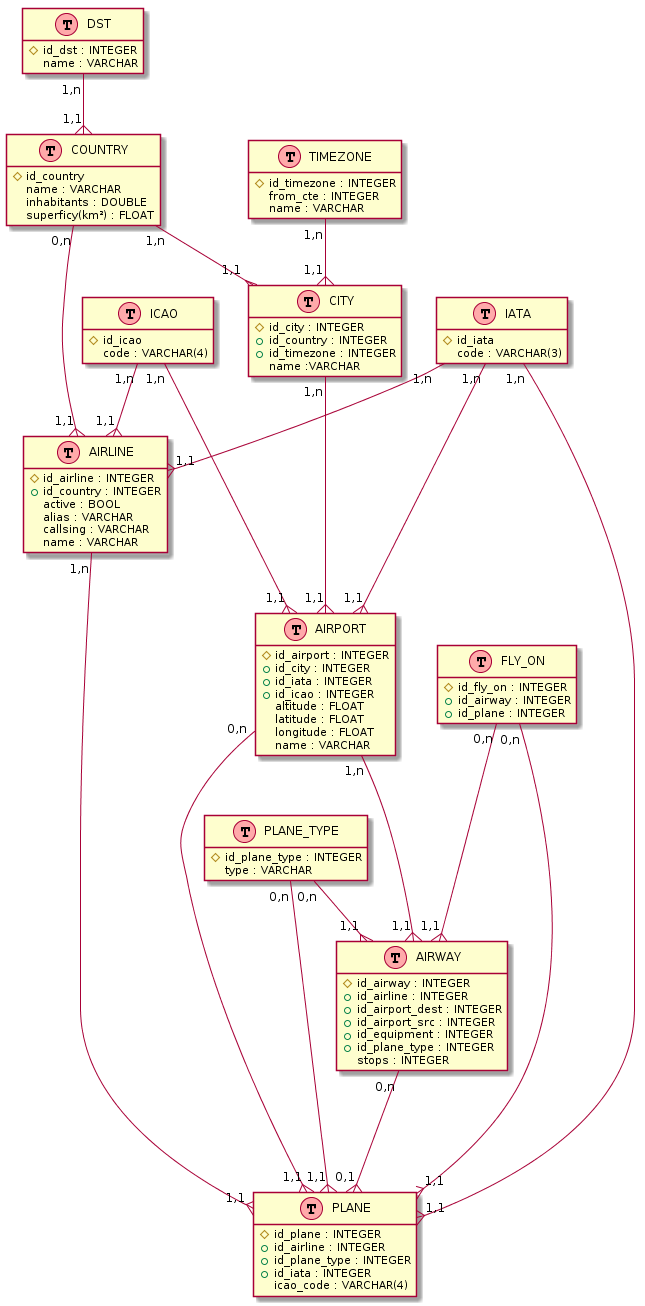
Before: resources/database_modelisation/plantuml.png, a diagram exported from PlantUML (pBouillon/OpenFlightStatisticsAggregator).
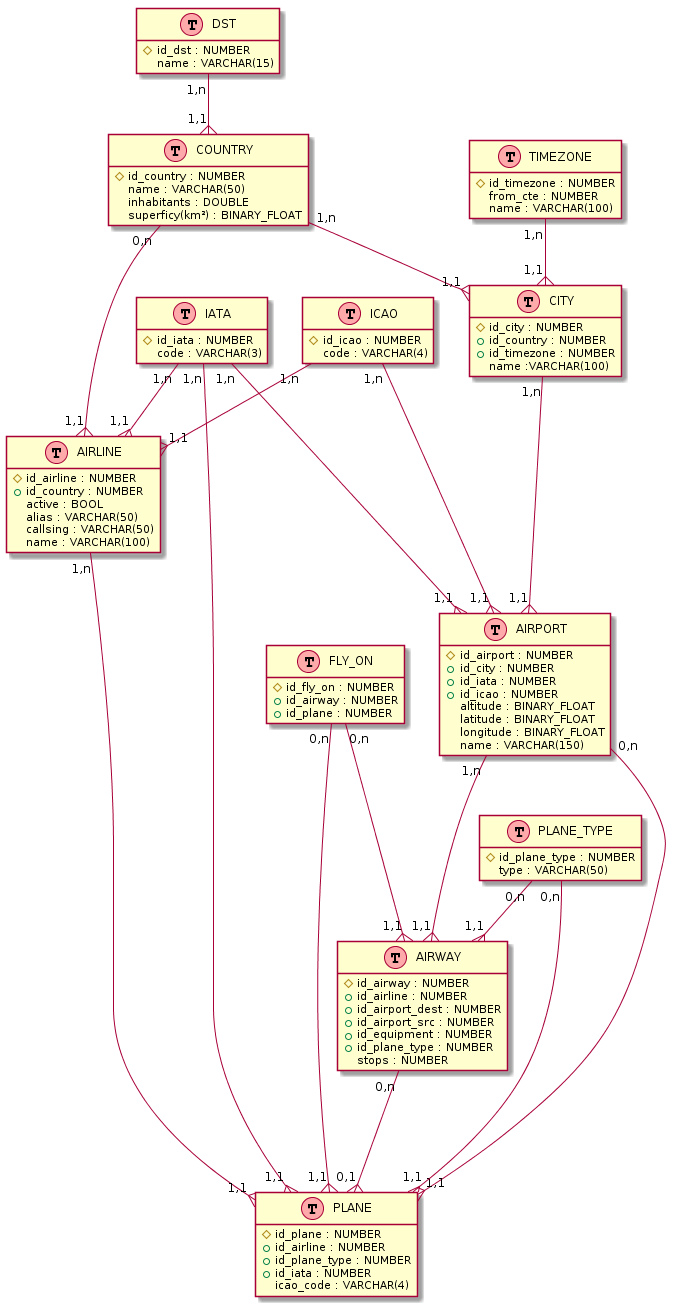
Later version of the same file.

Commit message:
fix the types of datas

Diff of the diagram source:
```diff
@@ -1,96 +1,118 @@
 @startuml
+
 hide methods
 hide stereotypes
 
+class COUNTRY << (T,#FFAAAA) >> {
+    #id_country : NUMBER
+    {field} name : VARCHAR(50)
+    inhabitants : DOUBLE
+    {field} superficy(km²) : BINARY_FLOAT
+}
+
+class DST << (T,#FFAAAA) >> {
+    #id_dst : NUMBER
+    {field} name : VARCHAR(15)
+}
+
+class IATA << (T,#FFAAAA) >> {
+    #id_iata : NUMBER
+    {field} code : VARCHAR(3)
+}
+
+class ICAO << (T,#FFAAAA) >> {
+    #id_icao : NUMBER
+    {field} code : VARCHAR(4)
+}
+
+class PLANE_TYPE << (T,#FFAAAA) >> {
+    #id_plane_type : NUMBER
+    {field} type : VARCHAR(50)
+}
+
+class TIMEZONE << (T,#FFAAAA) >> {
+    #id_timezone : NUMBER
+    from_cte : NUMBER
+    {field} name : VARCHAR(100)
+}
+
 class AIRLINE << (T,#FFAAAA) >> {
-#id_airline : INTEGER
-+id_country : INTEGER
-active : BOOL
-alias : VARCHAR
-callsing : VARCHAR
-name : VARCHAR
+    #id_airline : NUMBER
+    +id_country : NUMBER
+    active : BOOL
+    {field} alias : VARCHAR(50)
+    {field} callsing : VARCHAR(50)
+    {field} name : VARCHAR(100)
 }
+
+class CITY << (T,#FFAAAA) >> {
+    #id_city : NUMBER
+    +id_country : NUMBER
+    +id_timezone : NUMBER
+    {field} name :VARCHAR(100)
+}
+
+class FLY_ON << (T,#FFAAAA) >> {
+    #id_fly_on : NUMBER
+    +id_airway : NUMBER
+    +id_plane : NUMBER
+}
+
 class AIRPORT << (T,#FFAAAA) >> {
-#id_airport : INTEGER
-+id_city : INTEGER
-+id_iata : INTEGER
-+id_icao : INTEGER
-altitude : FLOAT
-latitude : FLOAT
-longitude : FLOAT
-name : VARCHAR
+    #id_airport : NUMBER
+    +id_city : NUMBER
+    +id_iata : NUMBER
+    +id_icao : NUMBER
+    altitude : BINARY_FLOAT
+    latitude : BINARY_FLOAT
+    longitude : BINARY_FLOAT
+    {field} name : VARCHAR(150)
 }
+
+class PLANE << (T,#FFAAAA) >> {
+    #id_plane : NUMBER
+    +id_airline : NUMBER
+    +id_plane_type : NUMBER
+    +id_iata : NUMBER
+    {field} icao_code : VARCHAR(4)
+}
+
 class AIRWAY << (T,#FFAAAA) >> {
-#id_airway : INTEGER
-+id_airline : INTEGER
-+id_airport_dest : INTEGER
-+id_airport_src : INTEGER
-+id_equipment : INTEGER
-+id_plane_type : INTEGER
-stops : INTEGER
-}
-class CITY << (T,#FFAAAA) >> {
-#id_city : INTEGER
-+id_country : INTEGER
-+id_timezone : INTEGER
-name :VARCHAR
-}
-class COUNTRY << (T,#FFAAAA) >> {
-#id_country
-name : VARCHAR
-inhabitants : DOUBLE
-{field} superficy(km²) : FLOAT
-}
-class DST << (T,#FFAAAA) >> {
-#id_dst : INTEGER
-name : VARCHAR
-}
-class FLY_ON << (T,#FFAAAA) >> {
-#id_fly_on : INTEGER
-+id_airway : INTEGER
-+id_plane : INTEGER
-}
-class IATA << (T,#FFAAAA) >> {
-#id_iata
-{field} code : VARCHAR(3)
-}
-class ICAO << (T,#FFAAAA) >> {
-#id_icao
-{field} code : VARCHAR(4)
-}
-class PLANE << (T,#FFAAAA) >> {
-#id_plane : INTEGER
-+id_airline : INTEGER
-+id_plane_type : INTEGER
-+id_iata : INTEGER
-{field} icao_code : VARCHAR(4)
-}
-class PLANE_TYPE << (T,#FFAAAA) >> {
-#id_plane_type : INTEGER
-type : VARCHAR
-}
-class TIMEZONE << (T,#FFAAAA) >> {
-#id_timezone : INTEGER
-from_cte : INTEGER
-name : VARCHAR
+    #id_airway : NUMBER
+    +id_airline : NUMBER
+    +id_airport_dest : NUMBER
+    +id_airport_src : NUMBER
+    +id_equipment : NUMBER
+    +id_plane_type : NUMBER
+    stops : NUMBER
 }
 
 AIRLINE "1,n" -{ "1,1" PLANE
+
 AIRPORT "1,n" ---{ "1,1" AIRWAY
 AIRPORT "0,n" ---{ "1,1" PLANE
+
 AIRWAY "0,n" ---{ "0,1" PLANE
+
 CITY "1,n" ---{ "1,1" AIRPORT
+
 COUNTRY "0,n" ---{ "1,1" AIRLINE
 COUNTRY "1,n" --{ "1,1" CITY
+
 DST "1,n" --{ "1,1" COUNTRY
+
 FLY_ON "0,n" ---{ "1,1" AIRWAY
 FLY_ON "0,n" ---{ "1,1" PLANE
+
 IATA "1,n" --{ "1,1" AIRLINE
 IATA "1,n" ---{ "1,1" AIRPORT
-IATA "1,n" ---{ "1,1" PLANE
+IATA "1,n" --{ "1,1" PLANE
+
 ICAO "1,n" --{ "1,1" AIRLINE
 ICAO "1,n" --{ "1,1" AIRPORT
+
 PLANE_TYPE "0,n" --{ "1,1" AIRWAY
 PLANE_TYPE "0,n" --{ "1,1" PLANE
+
 TIMEZONE "1,n" --{ "1,1" CITY
 @enduml
```
